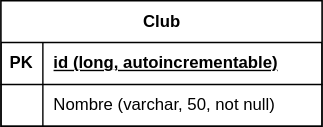
This is documentacion/bbdd/diagramas/club.svg from hugomorunocastelar/TFC-Hugo-Moruno, a draw.io export, as it was before one commit. Source tidied: cells renumbered, new cells last; positions are measured from the earlier drawing's top-left corner, leaving out a move shared by most shapes. Source of this version:
```xml
<mxGraphModel>
  <root>
    <mxCell id="0" />
    <mxCell id="1" parent="0" />
    <mxCell id="2" style="rounded=0;whiteSpace=wrap;html=1;fillColor=light-dark(#FFFFFF,#FFFFFF);" parent="1" vertex="1">
      <mxGeometry width="230" height="90" as="geometry" />
    </mxCell>
    <mxCell id="3" value="Club" style="shape=table;startSize=30;rowLines=0;fontStyle=1;align=center;strokeColor=light-dark(#000000,#000000);swimlaneFillColor=light-dark(transparent,#FFFFFF);fontColor=light-dark(#000000,#000000);fillColor=light-dark(#FFFFFF,#FFFFFF);fillStyle=solid;html=1;" parent="1" vertex="1">
      <mxGeometry width="230" height="90" as="geometry" />
    </mxCell>
    <mxCell id="4" style="shape=tableRow;horizontal=0;startSize=0;swimlaneHead=0;swimlaneBody=0;fillColor=none;top=0;left=0;right=0;bottom=1;strokeColor=light-dark(#000000,#000000);swimlaneFillColor=light-dark(transparent,#FFFFFF);fontColor=light-dark(#000000,#000000);" parent="3" vertex="1">
      <mxGeometry y="30" width="230" height="30" as="geometry" />
    </mxCell>
    <mxCell id="5" value="PK" style="shape=partialRectangle;fillColor=none;top=0;left=0;bottom=0;right=0;fontStyle=1;overflow=hidden;whiteSpace=wrap;html=1;strokeColor=light-dark(#000000,#000000);swimlaneFillColor=light-dark(transparent,#FFFFFF);fontColor=light-dark(#000000,#000000);" parent="4" vertex="1">
      <mxGeometry width="30" height="30" as="geometry" />
    </mxCell>
    <mxCell id="6" value="id (long, autoincrementable)" style="shape=partialRectangle;fillColor=none;top=0;left=0;bottom=0;right=0;align=left;spacingLeft=6;fontStyle=5;overflow=hidden;whiteSpace=wrap;html=1;strokeColor=light-dark(#000000,#000000);swimlaneFillColor=light-dark(transparent,#FFFFFF);fontColor=light-dark(#000000,#000000);" parent="4" vertex="1">
      <mxGeometry x="30" width="200" height="30" as="geometry" />
    </mxCell>
    <mxCell id="7" style="shape=tableRow;horizontal=0;startSize=0;swimlaneHead=0;swimlaneBody=0;fillColor=none;top=0;left=0;right=0;bottom=0;strokeColor=light-dark(#000000,#000000);swimlaneFillColor=light-dark(transparent,#FFFFFF);fontColor=light-dark(#000000,#000000);" parent="3" vertex="1">
      <mxGeometry y="60" width="230" height="30" as="geometry" />
    </mxCell>
    <mxCell id="8" style="shape=partialRectangle;fillColor=none;top=0;left=0;bottom=0;right=0;overflow=hidden;whiteSpace=wrap;html=1;strokeColor=light-dark(#000000,#000000);swimlaneFillColor=light-dark(transparent,#FFFFFF);fontColor=light-dark(#000000,#000000);" parent="7" vertex="1">
      <mxGeometry width="30" height="30" as="geometry" />
    </mxCell>
    <mxCell id="9" value="Nombre (varchar, 50, not null)" style="shape=partialRectangle;fillColor=none;top=0;left=0;bottom=0;right=0;align=left;spacingLeft=6;overflow=hidden;whiteSpace=wrap;strokeColor=light-dark(#000000,#000000);swimlaneFillColor=light-dark(transparent,#FFFFFF);fontColor=light-dark(#000000,#000000);labelBackgroundColor=none;fontStyle=0;html=1;" parent="7" vertex="1">
      <mxGeometry x="30" width="200" height="30" as="geometry" />
    </mxCell>
  </root>
</mxGraphModel>
```
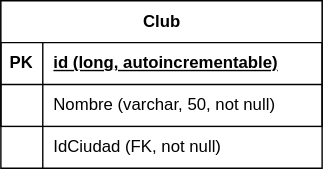
After the change.

Diff of the diagram source:
```diff
@@ -6,7 +6,7 @@
       <mxGeometry width="230" height="90" as="geometry" />
     </mxCell>
     <mxCell id="3" value="Club" style="shape=table;startSize=30;rowLines=0;fontStyle=1;align=center;strokeColor=light-dark(#000000,#000000);swimlaneFillColor=light-dark(transparent,#FFFFFF);fontColor=light-dark(#000000,#000000);fillColor=light-dark(#FFFFFF,#FFFFFF);fillStyle=solid;html=1;" parent="1" vertex="1">
-      <mxGeometry width="230" height="90" as="geometry" />
+      <mxGeometry width="230" height="120" as="geometry" />
     </mxCell>
     <mxCell id="4" style="shape=tableRow;horizontal=0;startSize=0;swimlaneHead=0;swimlaneBody=0;fillColor=none;top=0;left=0;right=0;bottom=1;strokeColor=light-dark(#000000,#000000);swimlaneFillColor=light-dark(transparent,#FFFFFF);fontColor=light-dark(#000000,#000000);" parent="3" vertex="1">
       <mxGeometry y="30" width="230" height="30" as="geometry" />
@@ -26,5 +26,14 @@
     <mxCell id="9" value="Nombre (varchar, 50, not null)" style="shape=partialRectangle;fillColor=none;top=0;left=0;bottom=0;right=0;align=left;spacingLeft=6;overflow=hidden;whiteSpace=wrap;strokeColor=light-dark(#000000,#000000);swimlaneFillColor=light-dark(transparent,#FFFFFF);fontColor=light-dark(#000000,#000000);labelBackgroundColor=none;fontStyle=0;html=1;" parent="7" vertex="1">
       <mxGeometry x="30" width="200" height="30" as="geometry" />
     </mxCell>
+    <mxCell id="10" style="shape=tableRow;horizontal=0;startSize=0;swimlaneHead=0;swimlaneBody=0;fillColor=none;top=0;left=0;right=0;bottom=0;strokeColor=light-dark(#000000,#000000);swimlaneFillColor=light-dark(transparent,#FFFFFF);fontColor=light-dark(#000000,#000000);" parent="3" vertex="1">
+      <mxGeometry y="90" width="230" height="30" as="geometry" />
+    </mxCell>
+    <mxCell id="11" style="shape=partialRectangle;fillColor=none;top=0;left=0;bottom=0;right=0;overflow=hidden;whiteSpace=wrap;html=1;strokeColor=light-dark(#000000,#000000);swimlaneFillColor=light-dark(transparent,#FFFFFF);fontColor=light-dark(#000000,#000000);" parent="10" vertex="1">
+      <mxGeometry width="30" height="30" as="geometry" />
+    </mxCell>
+    <mxCell id="12" value="IdCiudad (FK, not null)" style="shape=partialRectangle;fillColor=none;top=0;left=0;bottom=0;right=0;align=left;spacingLeft=6;overflow=hidden;whiteSpace=wrap;strokeColor=light-dark(#000000,#000000);swimlaneFillColor=light-dark(transparent,#FFFFFF);fontColor=light-dark(#000000,#000000);labelBackgroundColor=none;fontStyle=0;html=1;" parent="10" vertex="1">
+      <mxGeometry x="30" width="200" height="30" as="geometry" />
+    </mxCell>
   </root>
 </mxGraphModel>
```
